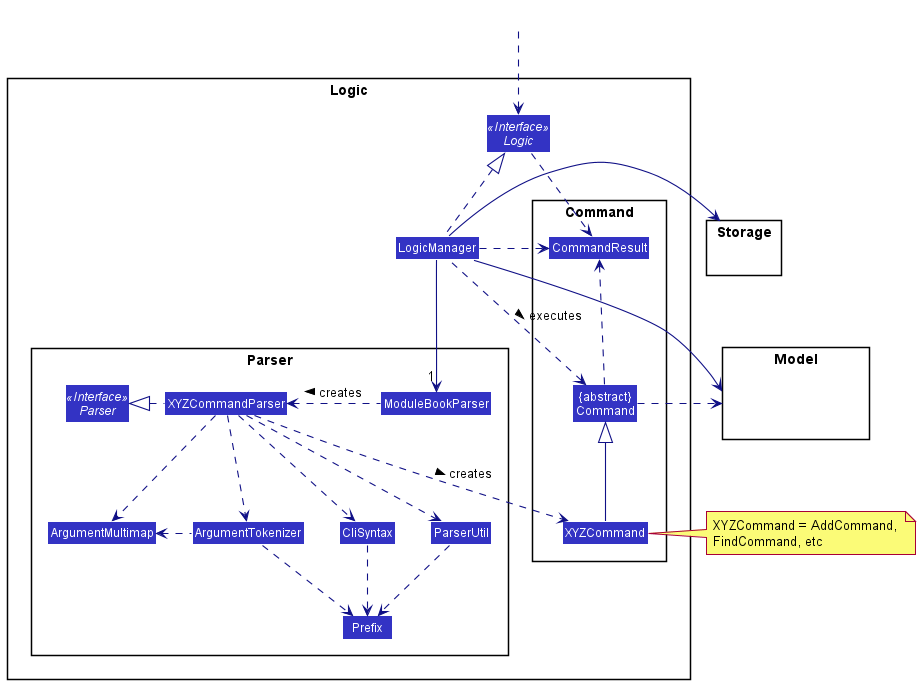
This is docs/images/LogicClassDiagram.png from nus-cs2103-AY2021S2/tp, a PlantUML export, as it was before one commit.
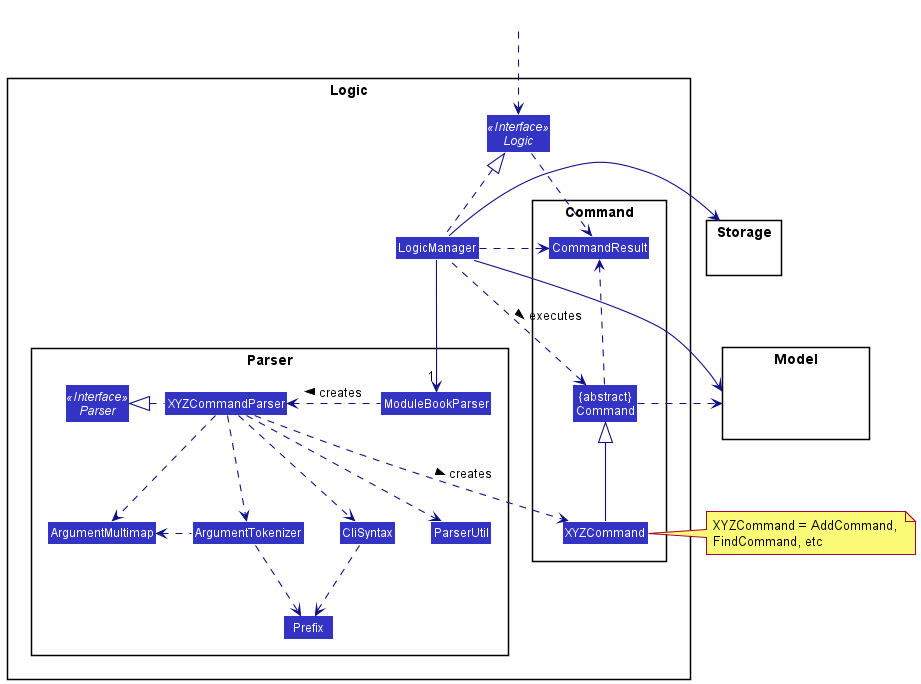
After the change.

What changed in the source:
```diff
@@ -50,7 +50,6 @@
 XYZCommandParser ..> CliSyntax
 CliSyntax ..> Prefix
 XYZCommandParser ..> ParserUtil
-ParserUtil .down.> Prefix
 ArgumentTokenizer .down.> Prefix
 XYZCommand -up-|> Command
 LogicManager .left.> Command : executes >
```
